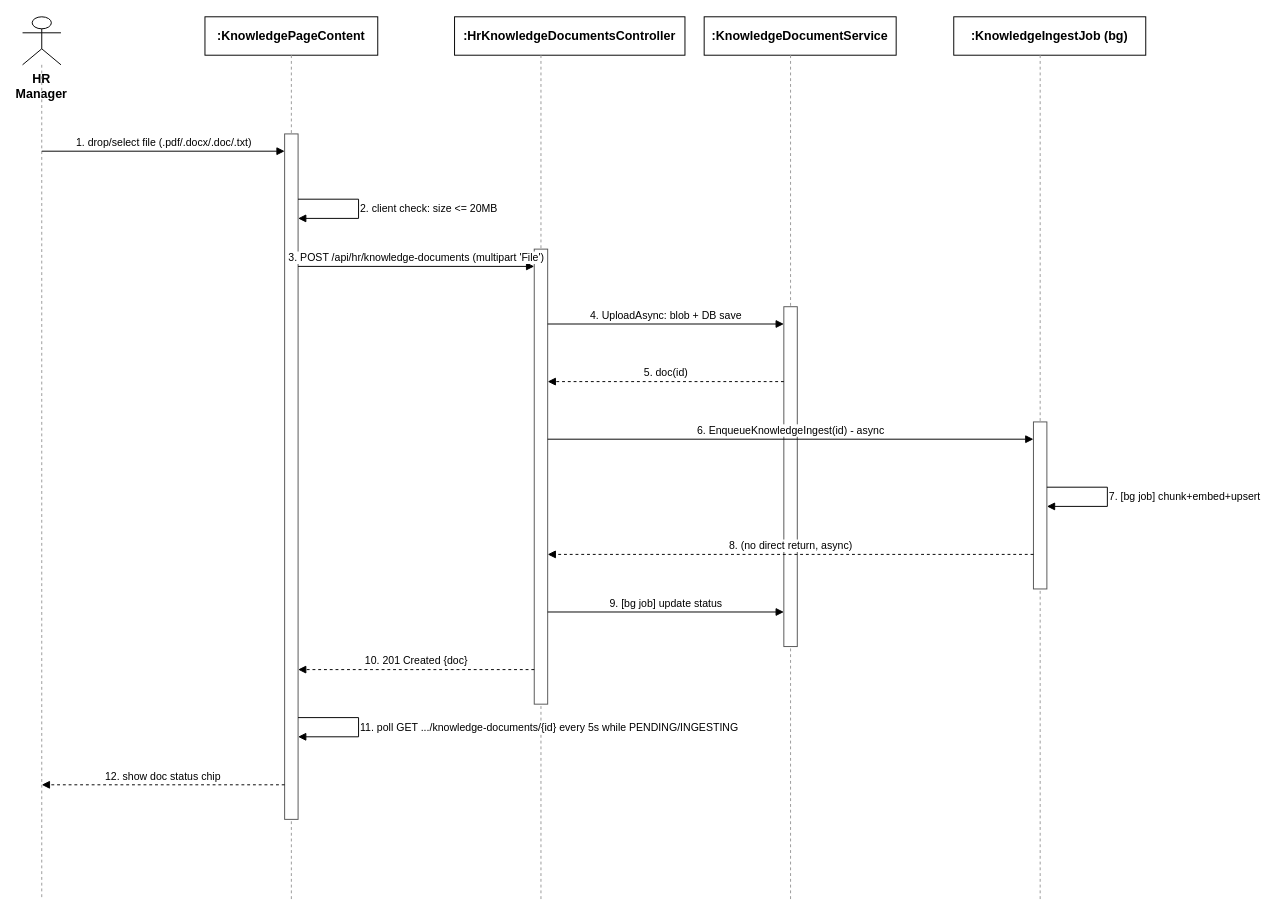
Before: docs/qa/Nam_SequenceDiagram/06_KnowledgeBaseManagement_UploadIngest_HR.drawio in tulklk/AI_Interview_Question_Generation_RAG_LLM_FE, a draw.io diagram. Source tidied: cells renumbered, new cells numbered last; positions are measured from the earlier drawing's top-left corner, leaving out a move shared by most shapes. Both pictures are drawn from the tidied source at 96%, with x=0, y=0 at pixel (22, 16).
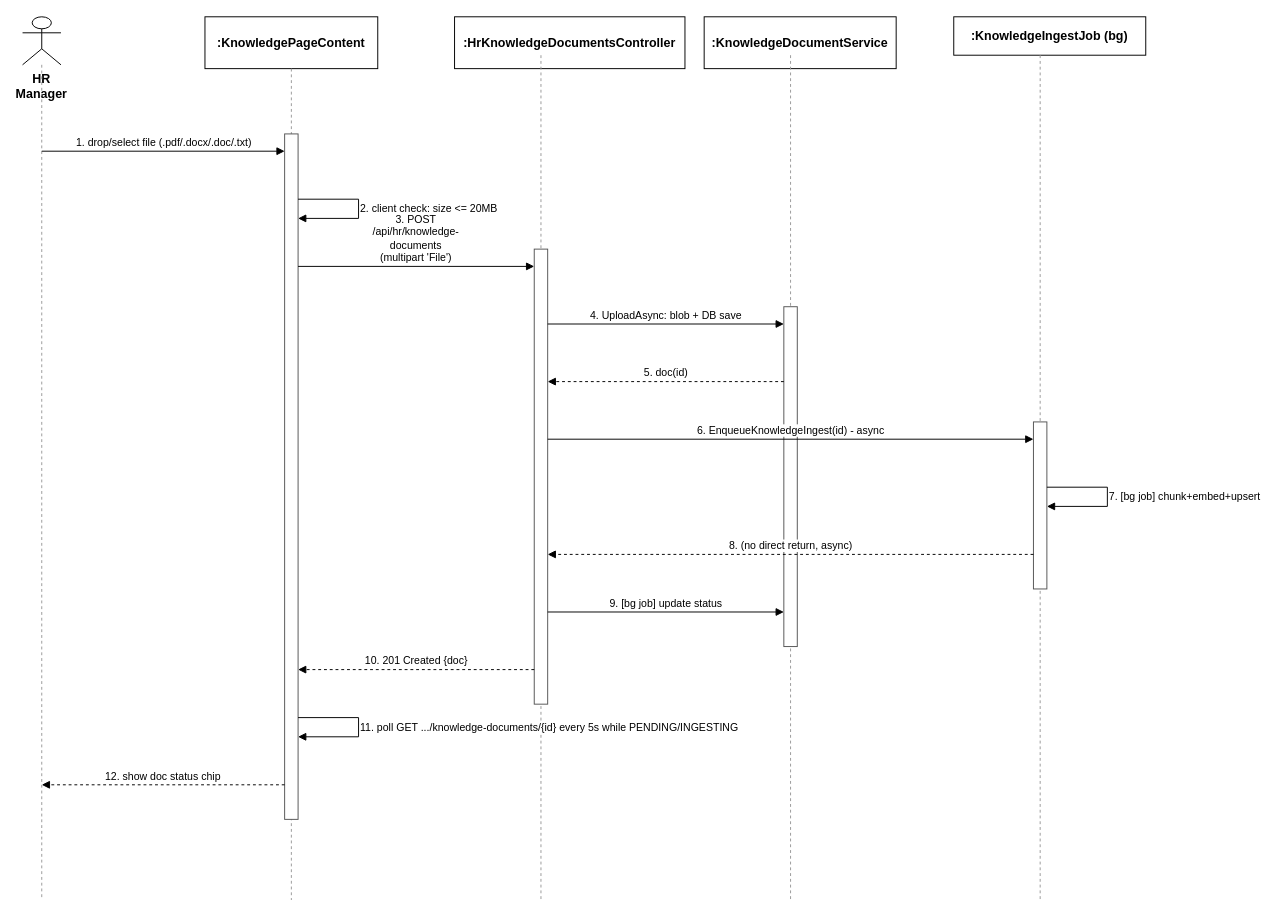
After the change.

The edit, as a diff of the source:
```diff
@@
     <mxCell id="4" value=":KnowledgePageContent" style="rounded=0;whiteSpace=wrap;html=1;fontSize=13;fillColor=#ffffff;strokeColor=#000000;fontStyle=1;" parent="1" vertex="1">
-      <mxGeometry x="190" width="180" height="40" as="geometry" />
+      <mxGeometry x="190" width="180" height="54" as="geometry" />
     </mxCell>
     <mxCell id="5" style="endArrow=none;dashed=1;html=1;strokeColor=#999999;" parent="1" edge="1">
       <mxGeometry relative="1" as="geometry">
-        <mxPoint x="280" y="40" as="sourcePoint" />
+        <mxPoint x="280" y="54" as="sourcePoint" />
         <mxPoint x="280" y="920" as="targetPoint" />
       </mxGeometry>
     </mxCell>
     <mxCell id="6" value=":HrKnowledgeDocumentsController" style="rounded=0;whiteSpace=wrap;html=1;fontSize=13;fillColor=#ffffff;strokeColor=#000000;fontStyle=1;" parent="1" vertex="1">
-      <mxGeometry x="450" width="240" height="40" as="geometry" />
+      <mxGeometry x="450" width="240" height="54" as="geometry" />
     </mxCell>
@@
     <mxCell id="8" value=":KnowledgeDocumentService" style="rounded=0;whiteSpace=wrap;html=1;fontSize=13;fillColor=#ffffff;strokeColor=#000000;fontStyle=1;" parent="1" vertex="1">
-      <mxGeometry x="710" width="200" height="40" as="geometry" />
+      <mxGeometry x="710" width="200" height="54" as="geometry" />
     </mxCell>
@@
-    <mxCell id="18" value="3. POST /api/hr/knowledge-documents (multipart 'File')" style="endArrow=block;endFill=1;html=1;fontSize=11;align=center;verticalAlign=bottom;labelBackgroundColor=#ffffff;strokeColor=#000000;" parent="1" edge="1">
+    <mxCell id="18" value="3. POST /api/hr/knowledge-documents (multipart 'File')" style="endArrow=block;endFill=1;html=1;whiteSpace=wrap;fontSize=11;align=center;verticalAlign=bottom;labelBackgroundColor=#ffffff;strokeColor=#000000;" parent="1" edge="1">
       <mxGeometry relative="1" as="geometry">
         <mxPoint x="287" y="260" as="sourcePoint" />
         <mxPoint x="533" y="260" as="targetPoint" />
       </mxGeometry>
     </mxCell>
```
